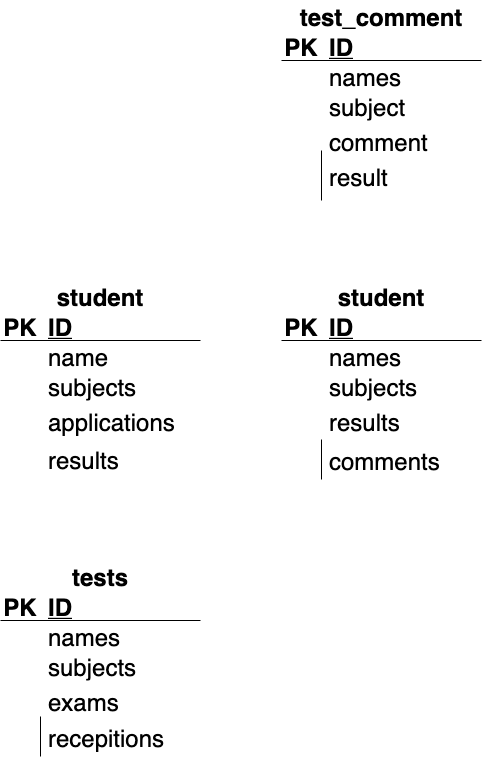
Before: index.drawio.png, a diagram exported from draw.io (wakaryo/data4). Source tidied: cells renumbered, new cells last; positions are measured from the earlier drawing's top-left corner, leaving out a move shared by most shapes.
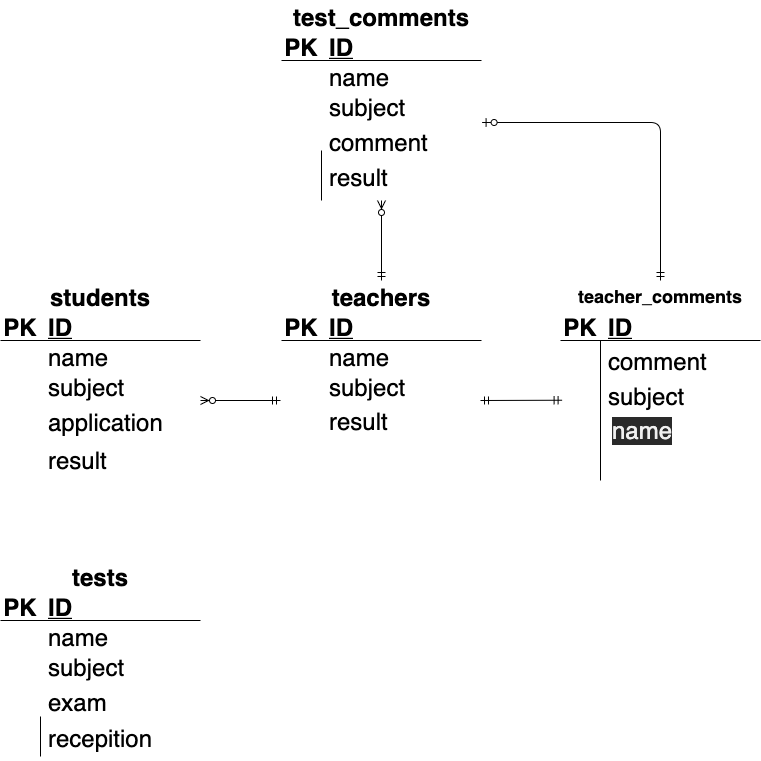
Above is the later version.

Change to the diagram source:
```diff
@@ -2,7 +2,7 @@
   <root>
     <mxCell id="0" />
     <mxCell id="1" parent="0" />
-    <mxCell id="2" value="student" style="shape=table;startSize=30;rowLines=0;fontStyle=1;align=center;fontSize=24;fontColor=default;strokeColor=#FFFFFF;labelBorderColor=none;" parent="1" vertex="1">
+    <mxCell id="2" value="students" style="shape=table;startSize=30;rowLines=0;fontStyle=1;align=center;fontSize=24;fontColor=default;strokeColor=#FFFFFF;labelBorderColor=none;" parent="1" vertex="1">
       <mxGeometry y="280" width="200" height="200" as="geometry" />
     </mxCell>
     <mxCell id="3" style="shape=partialRectangle;fillColor=none;top=0;left=0;bottom=1;right=0;fontSize=24;fontColor=none;" parent="2" vertex="1">
@@ -29,7 +29,7 @@
     <mxCell id="10" style="shape=partialRectangle;fillColor=none;top=0;left=0;bottom=0;right=0;overflow=hidden;fontSize=24;fontColor=none;" parent="9" vertex="1">
       <mxGeometry width="40" height="30" as="geometry" />
     </mxCell>
-    <mxCell id="11" value="subjects" style="shape=partialRectangle;fillColor=none;top=0;left=0;bottom=0;right=0;align=left;spacingLeft=6;overflow=hidden;fontSize=24;fontColor=default;" parent="9" vertex="1">
+    <mxCell id="11" value="subject" style="shape=partialRectangle;fillColor=none;top=0;left=0;bottom=0;right=0;align=left;spacingLeft=6;overflow=hidden;fontSize=24;fontColor=default;" parent="9" vertex="1">
       <mxGeometry x="40" width="160" height="30" as="geometry" />
     </mxCell>
     <mxCell id="12" style="shape=partialRectangle;fillColor=none;top=0;left=0;bottom=0;right=0;points=[[0,0.5],[1,0.5]];portConstraint=eastwest;fontSize=24;fontColor=none;" parent="2" vertex="1">
@@ -38,10 +38,10 @@
     <mxCell id="13" style="shape=partialRectangle;fillColor=none;top=0;left=0;bottom=0;right=0;overflow=hidden;fontSize=24;fontColor=none;" parent="12" vertex="1">
       <mxGeometry width="40" height="40" as="geometry" />
     </mxCell>
-    <mxCell id="14" value="applications" style="shape=partialRectangle;fillColor=none;top=0;left=0;bottom=0;right=0;align=left;spacingLeft=6;overflow=hidden;fontSize=24;fontColor=default;" parent="12" vertex="1">
+    <mxCell id="14" value="application" style="shape=partialRectangle;fillColor=none;top=0;left=0;bottom=0;right=0;align=left;spacingLeft=6;overflow=hidden;fontSize=24;fontColor=default;" parent="12" vertex="1">
       <mxGeometry x="40" width="160" height="40" as="geometry" />
     </mxCell>
-    <mxCell id="15" value="results" style="shape=partialRectangle;fillColor=none;top=0;left=1;bottom=0;right=0;align=left;spacingLeft=6;overflow=hidden;fontSize=24;fontColor=default;strokeColor=#FFFFFF;" parent="1" vertex="1">
+    <mxCell id="15" value="result" style="shape=partialRectangle;fillColor=none;top=0;left=1;bottom=0;right=0;align=left;spacingLeft=6;overflow=hidden;fontSize=24;fontColor=default;strokeColor=#FFFFFF;" parent="1" vertex="1">
       <mxGeometry x="40" y="435" width="160" height="45" as="geometry" />
     </mxCell>
     <mxCell id="16" value="tests" style="shape=table;startSize=30;rowLines=0;fontStyle=1;align=center;fontSize=24;fontColor=default;strokeColor=#FFFFFF;labelBorderColor=none;" parent="1" vertex="1">
@@ -62,7 +62,7 @@
     <mxCell id="21" style="shape=partialRectangle;fillColor=none;top=0;left=0;bottom=0;right=0;overflow=hidden;fontSize=24;fontColor=none;" parent="20" vertex="1">
       <mxGeometry width="40" height="30" as="geometry" />
     </mxCell>
-    <mxCell id="22" value="names" style="shape=partialRectangle;fillColor=none;top=0;left=0;bottom=0;right=0;align=left;spacingLeft=6;overflow=hidden;fontSize=24;fontColor=default;" parent="20" vertex="1">
+    <mxCell id="22" value="name" style="shape=partialRectangle;fillColor=none;top=0;left=0;bottom=0;right=0;align=left;spacingLeft=6;overflow=hidden;fontSize=24;fontColor=default;" parent="20" vertex="1">
       <mxGeometry x="40" width="160" height="30" as="geometry" />
     </mxCell>
     <mxCell id="23" style="shape=partialRectangle;fillColor=none;top=0;left=0;bottom=0;right=0;fontSize=24;fontColor=none;" parent="16" vertex="1">
@@ -71,7 +71,7 @@
     <mxCell id="24" style="shape=partialRectangle;fillColor=none;top=0;left=0;bottom=0;right=0;overflow=hidden;fontSize=24;fontColor=none;" parent="23" vertex="1">
       <mxGeometry width="40" height="30" as="geometry" />
     </mxCell>
-    <mxCell id="25" value="subjects" style="shape=partialRectangle;fillColor=none;top=0;left=0;bottom=0;right=0;align=left;spacingLeft=6;overflow=hidden;fontSize=24;fontColor=default;" parent="23" vertex="1">
+    <mxCell id="25" value="subject" style="shape=partialRectangle;fillColor=none;top=0;left=0;bottom=0;right=0;align=left;spacingLeft=6;overflow=hidden;fontSize=24;fontColor=default;" parent="23" vertex="1">
       <mxGeometry x="40" width="160" height="30" as="geometry" />
     </mxCell>
     <mxCell id="26" style="shape=partialRectangle;fillColor=none;top=0;left=0;bottom=0;right=0;fontSize=24;fontColor=none;" parent="16" vertex="1">
@@ -80,7 +80,7 @@
     <mxCell id="27" style="shape=partialRectangle;fillColor=none;top=0;left=0;bottom=0;right=0;overflow=hidden;fontSize=24;fontColor=none;" parent="26" vertex="1">
       <mxGeometry width="40" height="40" as="geometry" />
     </mxCell>
-    <mxCell id="28" value="exams" style="shape=partialRectangle;fillColor=none;top=0;left=0;bottom=0;right=0;align=left;spacingLeft=6;overflow=hidden;fontSize=24;fontColor=default;" parent="26" vertex="1">
+    <mxCell id="28" value="exam" style="shape=partialRectangle;fillColor=none;top=0;left=0;bottom=0;right=0;align=left;spacingLeft=6;overflow=hidden;fontSize=24;fontColor=default;" parent="26" vertex="1">
       <mxGeometry x="40" width="160" height="40" as="geometry" />
     </mxCell>
     <mxCell id="29" style="shape=partialRectangle;fillColor=none;top=0;left=1;bottom=0;right=0;fontSize=24;fontColor=none;align=left;" parent="1" vertex="1">
@@ -89,7 +89,7 @@
     <mxCell id="30" style="shape=partialRectangle;fillColor=none;top=0;left=0;bottom=0;right=0;overflow=hidden;fontSize=24;fontColor=none;" parent="29" vertex="1">
       <mxGeometry width="30" height="40" as="geometry" />
     </mxCell>
-    <mxCell id="31" value="recepitions" style="shape=partialRectangle;fillColor=none;top=0;left=0;bottom=0;right=0;align=left;spacingLeft=6;overflow=hidden;fontSize=24;fontColor=default;" parent="1" vertex="1">
+    <mxCell id="31" value="recepition" style="shape=partialRectangle;fillColor=none;top=0;left=0;bottom=0;right=0;align=left;spacingLeft=6;overflow=hidden;fontSize=24;fontColor=default;" parent="1" vertex="1">
       <mxGeometry x="40" y="716" width="160" height="40" as="geometry" />
     </mxCell>
     <mxCell id="32" style="fontSize=12;html=1;endArrow=ERzeroToMany;startArrow=ERmandOne;fontColor=default;startSize=6;strokeColor=#FFFFFF;entryX=0.5;entryY=0;entryDx=0;entryDy=0;" parent="1" edge="1" target="16">
@@ -97,7 +97,7 @@
         <mxPoint x="100" y="480" as="sourcePoint" />
       </mxGeometry>
     </mxCell>
-    <mxCell id="33" value="student" style="shape=table;startSize=30;rowLines=0;fontStyle=1;align=center;fontSize=24;fontColor=default;strokeColor=#FFFFFF;labelBorderColor=none;" parent="1" vertex="1">
+    <mxCell id="33" value="teachers" style="shape=table;startSize=30;rowLines=0;fontStyle=1;align=center;fontSize=24;fontColor=default;strokeColor=#FFFFFF;labelBorderColor=none;" parent="1" vertex="1">
       <mxGeometry x="281" y="280" width="200" height="200" as="geometry" />
     </mxCell>
     <mxCell id="34" style="shape=partialRectangle;fillColor=none;top=0;left=0;bottom=1;right=0;fontSize=24;fontColor=none;" parent="33" vertex="1">
@@ -115,7 +115,7 @@
     <mxCell id="38" style="shape=partialRectangle;fillColor=none;top=0;left=0;bottom=0;right=0;overflow=hidden;fontSize=24;fontColor=none;" parent="37" vertex="1">
       <mxGeometry width="40" height="30" as="geometry" />
     </mxCell>
-    <mxCell id="39" value="names" style="shape=partialRectangle;fillColor=none;top=0;left=0;bottom=0;right=0;align=left;spacingLeft=6;overflow=hidden;fontSize=24;fontColor=default;" parent="37" vertex="1">
+    <mxCell id="39" value="name" style="shape=partialRectangle;fillColor=none;top=0;left=0;bottom=0;right=0;align=left;spacingLeft=6;overflow=hidden;fontSize=24;fontColor=default;" parent="37" vertex="1">
       <mxGeometry x="40" width="160" height="30" as="geometry" />
     </mxCell>
     <mxCell id="40" style="shape=partialRectangle;fillColor=none;top=0;left=0;bottom=0;right=0;fontSize=24;fontColor=none;" parent="33" vertex="1">
@@ -124,25 +124,19 @@
     <mxCell id="41" style="shape=partialRectangle;fillColor=none;top=0;left=0;bottom=0;right=0;overflow=hidden;fontSize=24;fontColor=none;" parent="40" vertex="1">
       <mxGeometry width="40" height="30" as="geometry" />
     </mxCell>
-    <mxCell id="42" value="subjects" style="shape=partialRectangle;fillColor=none;top=0;left=0;bottom=0;right=0;align=left;spacingLeft=6;overflow=hidden;fontSize=24;fontColor=default;" parent="40" vertex="1">
+    <mxCell id="42" value="subject" style="shape=partialRectangle;fillColor=none;top=0;left=0;bottom=0;right=0;align=left;spacingLeft=6;overflow=hidden;fontSize=24;fontColor=default;" parent="40" vertex="1">
       <mxGeometry x="40" width="160" height="30" as="geometry" />
     </mxCell>
     <mxCell id="43" style="shape=partialRectangle;fillColor=none;top=0;left=0;bottom=0;right=0;points=[[0,0.5],[1,0.5]];portConstraint=eastwest;fontSize=24;fontColor=none;" parent="33" vertex="1">
-      <mxGeometry y="120" width="200" height="40" as="geometry" />
+      <mxGeometry y="120" width="200" height="80" as="geometry" />
     </mxCell>
     <mxCell id="44" style="shape=partialRectangle;fillColor=none;top=0;left=0;bottom=0;right=0;overflow=hidden;fontSize=24;fontColor=none;" parent="43" vertex="1">
-      <mxGeometry width="40" height="40" as="geometry" />
+      <mxGeometry width="40" height="80" as="geometry" />
     </mxCell>
-    <mxCell id="45" value="results" style="shape=partialRectangle;fillColor=none;top=0;left=0;bottom=0;right=0;align=left;spacingLeft=6;overflow=hidden;fontSize=24;fontColor=default;" parent="43" vertex="1">
-      <mxGeometry x="40" width="160" height="40" as="geometry" />
+    <mxCell id="45" value="result" style="shape=partialRectangle;fillColor=none;top=0;left=0;bottom=0;right=0;align=left;spacingLeft=6;overflow=hidden;fontSize=24;fontColor=default;verticalAlign=top;" parent="43" vertex="1">
+      <mxGeometry x="40" width="160" height="80" as="geometry" />
     </mxCell>
-    <mxCell id="46" value="comments" style="shape=partialRectangle;fillColor=none;top=0;left=1;bottom=0;right=0;align=left;spacingLeft=6;overflow=hidden;fontSize=24;fontColor=default;" parent="1" vertex="1">
-      <mxGeometry x="321" y="439" width="160" height="40" as="geometry" />
-    </mxCell>
-    <mxCell id="47" style="fontSize=12;html=1;endArrow=ERzeroToMany;startArrow=ERmandOne;fontColor=default;startSize=6;strokeColor=#FFFFFF;entryX=1.009;entryY=-0.034;entryDx=0;entryDy=0;entryPerimeter=0;exitX=-0.006;exitY=-0.059;exitDx=0;exitDy=0;exitPerimeter=0;" parent="1" edge="1" source="43" target="12">
-      <mxGeometry relative="1" as="geometry" />
-    </mxCell>
-    <mxCell id="48" value="test_comment" style="shape=table;startSize=30;rowLines=0;fontStyle=1;align=center;fontSize=24;fontColor=default;strokeColor=#FFFFFF;labelBorderColor=none;" parent="1" vertex="1">
+    <mxCell id="48" value="test_comments" style="shape=table;startSize=30;rowLines=0;fontStyle=1;align=center;fontSize=24;fontColor=default;strokeColor=#FFFFFF;labelBorderColor=none;" parent="1" vertex="1">
       <mxGeometry x="281" width="200" height="200" as="geometry" />
     </mxCell>
     <mxCell id="49" style="shape=partialRectangle;fillColor=none;top=0;left=0;bottom=1;right=0;fontSize=24;fontColor=none;" parent="48" vertex="1">
@@ -160,7 +154,7 @@
     <mxCell id="53" style="shape=partialRectangle;fillColor=none;top=0;left=0;bottom=0;right=0;overflow=hidden;fontSize=24;fontColor=none;" parent="52" vertex="1">
       <mxGeometry width="40" height="30" as="geometry" />
     </mxCell>
-    <mxCell id="54" value="names" style="shape=partialRectangle;fillColor=none;top=0;left=0;bottom=0;right=0;align=left;spacingLeft=6;overflow=hidden;fontSize=24;fontColor=default;" parent="52" vertex="1">
+    <mxCell id="54" value="name" style="shape=partialRectangle;fillColor=none;top=0;left=0;bottom=0;right=0;align=left;spacingLeft=6;overflow=hidden;fontSize=24;fontColor=default;" parent="52" vertex="1">
       <mxGeometry x="40" width="160" height="30" as="geometry" />
     </mxCell>
     <mxCell id="55" style="shape=partialRectangle;fillColor=none;top=0;left=0;bottom=0;right=0;fontSize=24;fontColor=none;" parent="48" vertex="1">
@@ -184,11 +178,6 @@
     <mxCell id="61" value="result" style="shape=partialRectangle;fillColor=none;top=0;left=1;bottom=0;right=0;align=left;spacingLeft=6;overflow=hidden;fontSize=24;fontColor=default;" parent="1" vertex="1">
       <mxGeometry x="321" y="150" width="160" height="50" as="geometry" />
     </mxCell>
-    <mxCell id="62" style="fontSize=12;html=1;endArrow=ERzeroToMany;startArrow=ERmandOne;fontColor=default;startSize=6;strokeColor=#FFFFFF;exitX=0.5;exitY=0;exitDx=0;exitDy=0;" parent="1" edge="1" source="33">
-      <mxGeometry relative="1" as="geometry">
-        <mxPoint x="381" y="200" as="targetPoint" />
-      </mxGeometry>
-    </mxCell>
     <mxCell id="63" style="fontSize=12;html=1;endArrow=ERzeroToMany;startArrow=ERmandOne;fontColor=default;startSize=6;strokeColor=#FFFFFF;exitX=0.5;exitY=0;exitDx=0;exitDy=0;edgeStyle=elbowEdgeStyle;elbow=vertical;" parent="1" edge="1" source="2">
       <mxGeometry relative="1" as="geometry">
         <mxPoint x="280" y="120" as="targetPoint" />
@@ -197,5 +186,75 @@
         </Array>
       </mxGeometry>
     </mxCell>
+    <mxCell id="64" style="fontSize=12;html=1;endArrow=ERzeroToMany;startArrow=ERmandOne;entryX=1;entryY=0;entryDx=0;entryDy=0;entryPerimeter=0;" parent="1" edge="1" target="12">
+      <mxGeometry relative="1" as="geometry">
+        <mxPoint x="280" y="400" as="sourcePoint" />
+      </mxGeometry>
+    </mxCell>
+    <mxCell id="65" value="teacher_comments" style="shape=table;startSize=30;rowLines=0;fontStyle=1;align=center;fontSize=18;fontColor=default;strokeColor=#FFFFFF;labelBorderColor=none;" parent="1" vertex="1">
+      <mxGeometry x="560" y="280" width="200" height="200" as="geometry" />
+    </mxCell>
+    <mxCell id="66" style="shape=partialRectangle;fillColor=none;top=0;left=0;bottom=1;right=0;fontSize=24;fontColor=none;" parent="65" vertex="1">
+      <mxGeometry y="30" width="200" height="30" as="geometry" />
+    </mxCell>
+    <mxCell id="67" value="PK" style="shape=partialRectangle;fillColor=none;top=0;left=0;bottom=0;right=0;fontStyle=1;overflow=hidden;fontSize=24;fontColor=default;" parent="66" vertex="1">
+      <mxGeometry width="40" height="30" as="geometry" />
+    </mxCell>
+    <mxCell id="68" value="ID" style="shape=partialRectangle;fillColor=none;top=0;left=0;bottom=0;right=0;align=left;spacingLeft=6;fontStyle=5;overflow=hidden;fontSize=24;fontColor=default;" parent="66" vertex="1">
+      <mxGeometry x="40" width="160" height="30" as="geometry" />
+    </mxCell>
+    <mxCell id="69" style="shape=partialRectangle;fillColor=none;top=0;left=0;bottom=0;right=0;fontSize=24;fontColor=none;" parent="65" vertex="1">
+      <mxGeometry y="60" width="200" height="30" as="geometry" />
+    </mxCell>
+    <mxCell id="70" style="shape=partialRectangle;fillColor=none;top=0;left=0;bottom=0;right=0;overflow=hidden;fontSize=24;fontColor=none;" parent="69" vertex="1">
+      <mxGeometry width="40" height="30" as="geometry" />
+    </mxCell>
+    <mxCell id="71" style="shape=partialRectangle;fillColor=none;top=0;left=0;bottom=0;right=0;align=left;spacingLeft=6;overflow=hidden;fontSize=24;fontColor=default;" parent="69" vertex="1">
+      <mxGeometry x="40" width="160" height="30" as="geometry" />
+    </mxCell>
+    <mxCell id="72" style="shape=partialRectangle;fillColor=none;top=0;left=0;bottom=0;right=0;points=[[0,0.5],[1,0.5]];portConstraint=eastwest;fontSize=24;fontColor=none;" parent="65" vertex="1">
+      <mxGeometry y="90" width="200" height="30" as="geometry" />
+    </mxCell>
+    <mxCell id="73" style="shape=partialRectangle;fillColor=none;top=0;left=0;bottom=0;right=0;overflow=hidden;fontSize=24;fontColor=none;" parent="72" vertex="1">
+      <mxGeometry width="40" height="30" as="geometry" />
+    </mxCell>
+    <mxCell id="74" style="shape=partialRectangle;fillColor=none;top=0;left=0;bottom=0;right=0;align=left;spacingLeft=6;overflow=hidden;fontSize=24;fontColor=default;" parent="72" vertex="1">
+      <mxGeometry x="40" width="160" height="30" as="geometry" />
+    </mxCell>
+    <mxCell id="75" style="shape=partialRectangle;fillColor=none;top=0;left=0;bottom=0;right=0;fontSize=24;fontColor=none;" parent="65" vertex="1">
+      <mxGeometry y="120" width="200" height="40" as="geometry" />
+    </mxCell>
+    <mxCell id="76" style="shape=partialRectangle;fillColor=none;top=0;left=0;bottom=0;right=0;overflow=hidden;fontSize=24;fontColor=none;" parent="75" vertex="1">
+      <mxGeometry width="40" height="40" as="geometry" />
+    </mxCell>
+    <mxCell id="77" style="shape=partialRectangle;fillColor=none;top=0;left=0;bottom=0;right=0;align=left;spacingLeft=6;overflow=hidden;fontSize=24;fontColor=default;" parent="75" vertex="1">
+      <mxGeometry x="40" width="160" height="40" as="geometry" />
+    </mxCell>
+    <mxCell id="78" value="comment" style="shape=partialRectangle;fillColor=none;top=0;left=1;bottom=0;right=0;align=left;spacingLeft=6;overflow=hidden;fontSize=24;fontColor=default;verticalAlign=top;" parent="1" vertex="1">
+      <mxGeometry x="600" y="340" width="160" height="140" as="geometry" />
+    </mxCell>
+    <mxCell id="79" style="fontSize=12;html=1;endArrow=ERmandOne;startArrow=ERmandOne;entryX=0.008;entryY=0.991;entryDx=0;entryDy=0;entryPerimeter=0;" parent="1" edge="1" target="72">
+      <mxGeometry relative="1" as="geometry">
+        <mxPoint x="480" y="400" as="sourcePoint" />
+      </mxGeometry>
+    </mxCell>
+    <mxCell id="80" value="subject" style="shape=partialRectangle;fillColor=none;top=0;left=1;bottom=0;right=0;align=left;spacingLeft=6;overflow=hidden;fontSize=24;fontColor=default;verticalAlign=top;" parent="1" vertex="1">
+      <mxGeometry x="600" y="375" width="160" height="70" as="geometry" />
+    </mxCell>
+    <mxCell id="81" style="fontSize=12;html=1;endArrow=ERzeroToMany;startArrow=ERmandOne;exitX=0.5;exitY=0;exitDx=0;exitDy=0;" parent="1" edge="1" source="33">
+      <mxGeometry relative="1" as="geometry">
+        <mxPoint x="381" y="200" as="targetPoint" />
+      </mxGeometry>
+    </mxCell>
+    <mxCell id="82" style="edgeStyle=elbowEdgeStyle;fontSize=12;html=1;endArrow=ERzeroToOne;startArrow=ERmandOne;entryX=1.003;entryY=0.043;entryDx=0;entryDy=0;entryPerimeter=0;exitX=0.5;exitY=0;exitDx=0;exitDy=0;elbow=vertical;" parent="1" edge="1" source="65" target="58">
+      <mxGeometry relative="1" as="geometry">
+        <Array as="points">
+          <mxPoint x="570" y="122" />
+        </Array>
+      </mxGeometry>
+    </mxCell>
+    <mxCell id="83" value="&lt;span style=&quot;color: rgb(240 , 240 , 240) ; font-family: &amp;#34;helvetica&amp;#34; ; font-size: 24px ; font-style: normal ; font-weight: 400 ; letter-spacing: normal ; text-align: left ; text-indent: 0px ; text-transform: none ; word-spacing: 0px ; background-color: rgb(42 , 42 , 42) ; display: inline ; float: none&quot;&gt;name&lt;/span&gt;" style="text;whiteSpace=wrap;html=1;fontSize=18;" parent="1" vertex="1">
+      <mxGeometry x="610" y="410" width="100" height="40" as="geometry" />
+    </mxCell>
   </root>
 </mxGraphModel>
```
